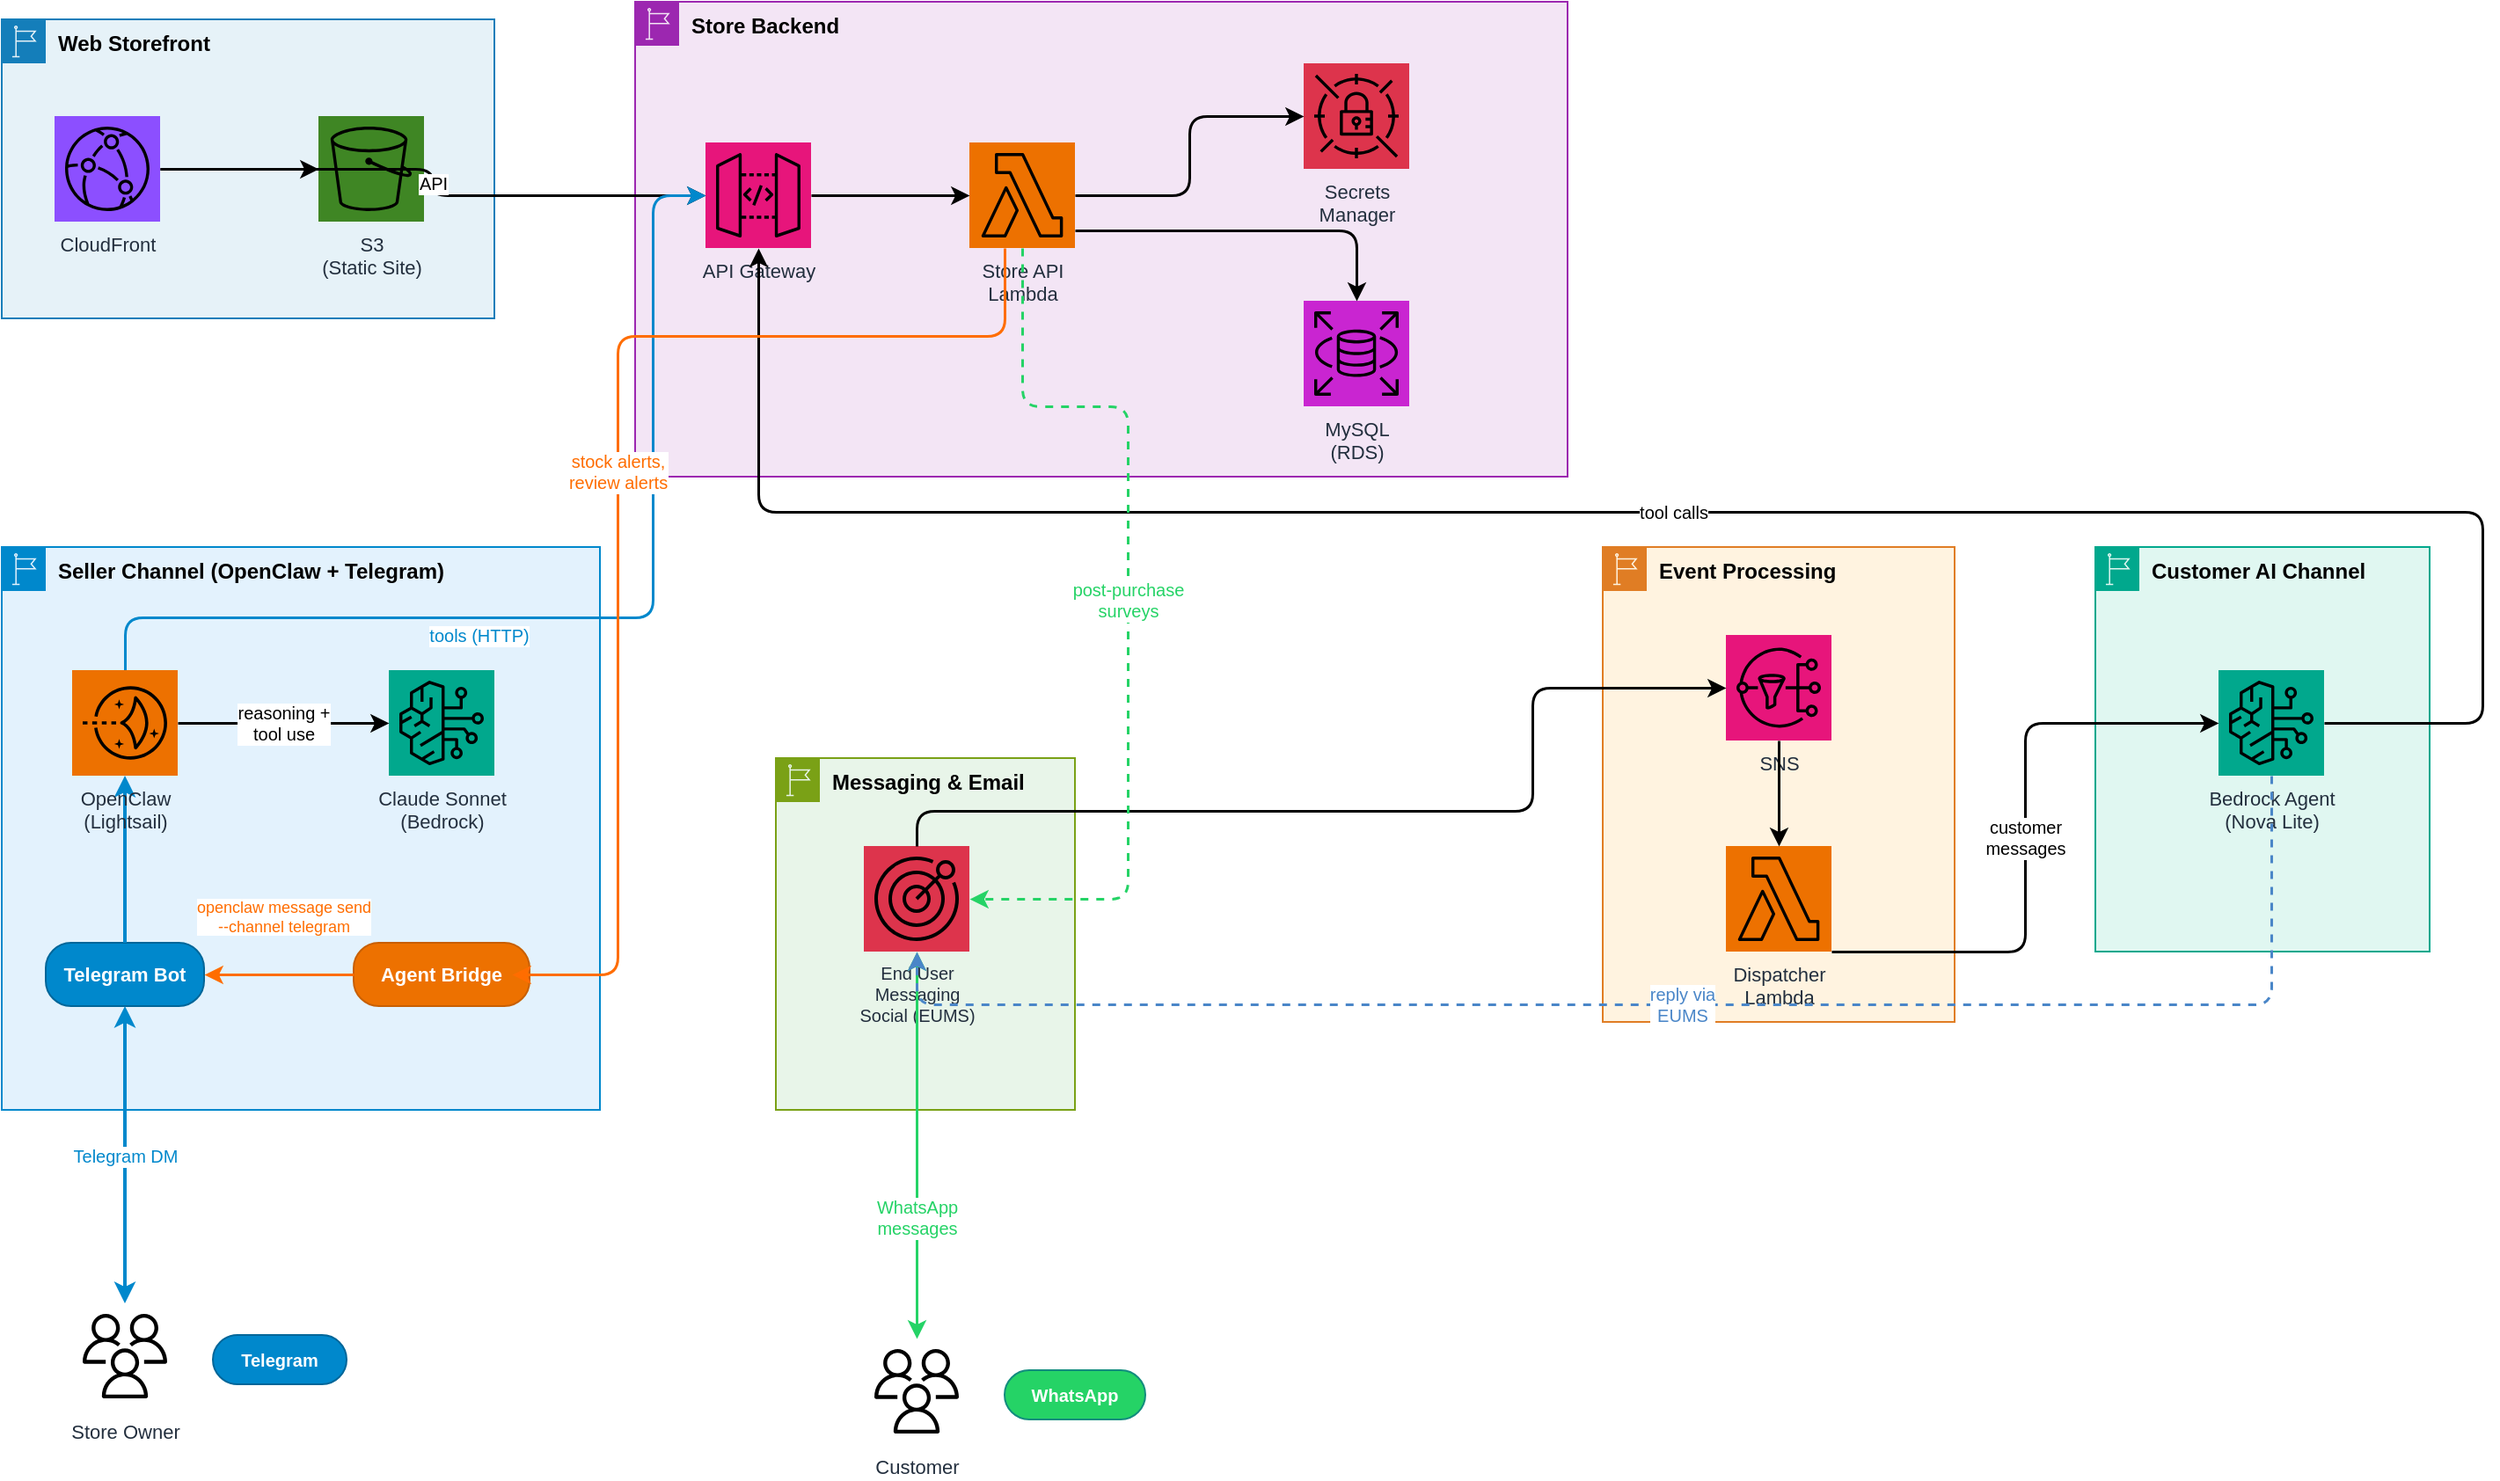
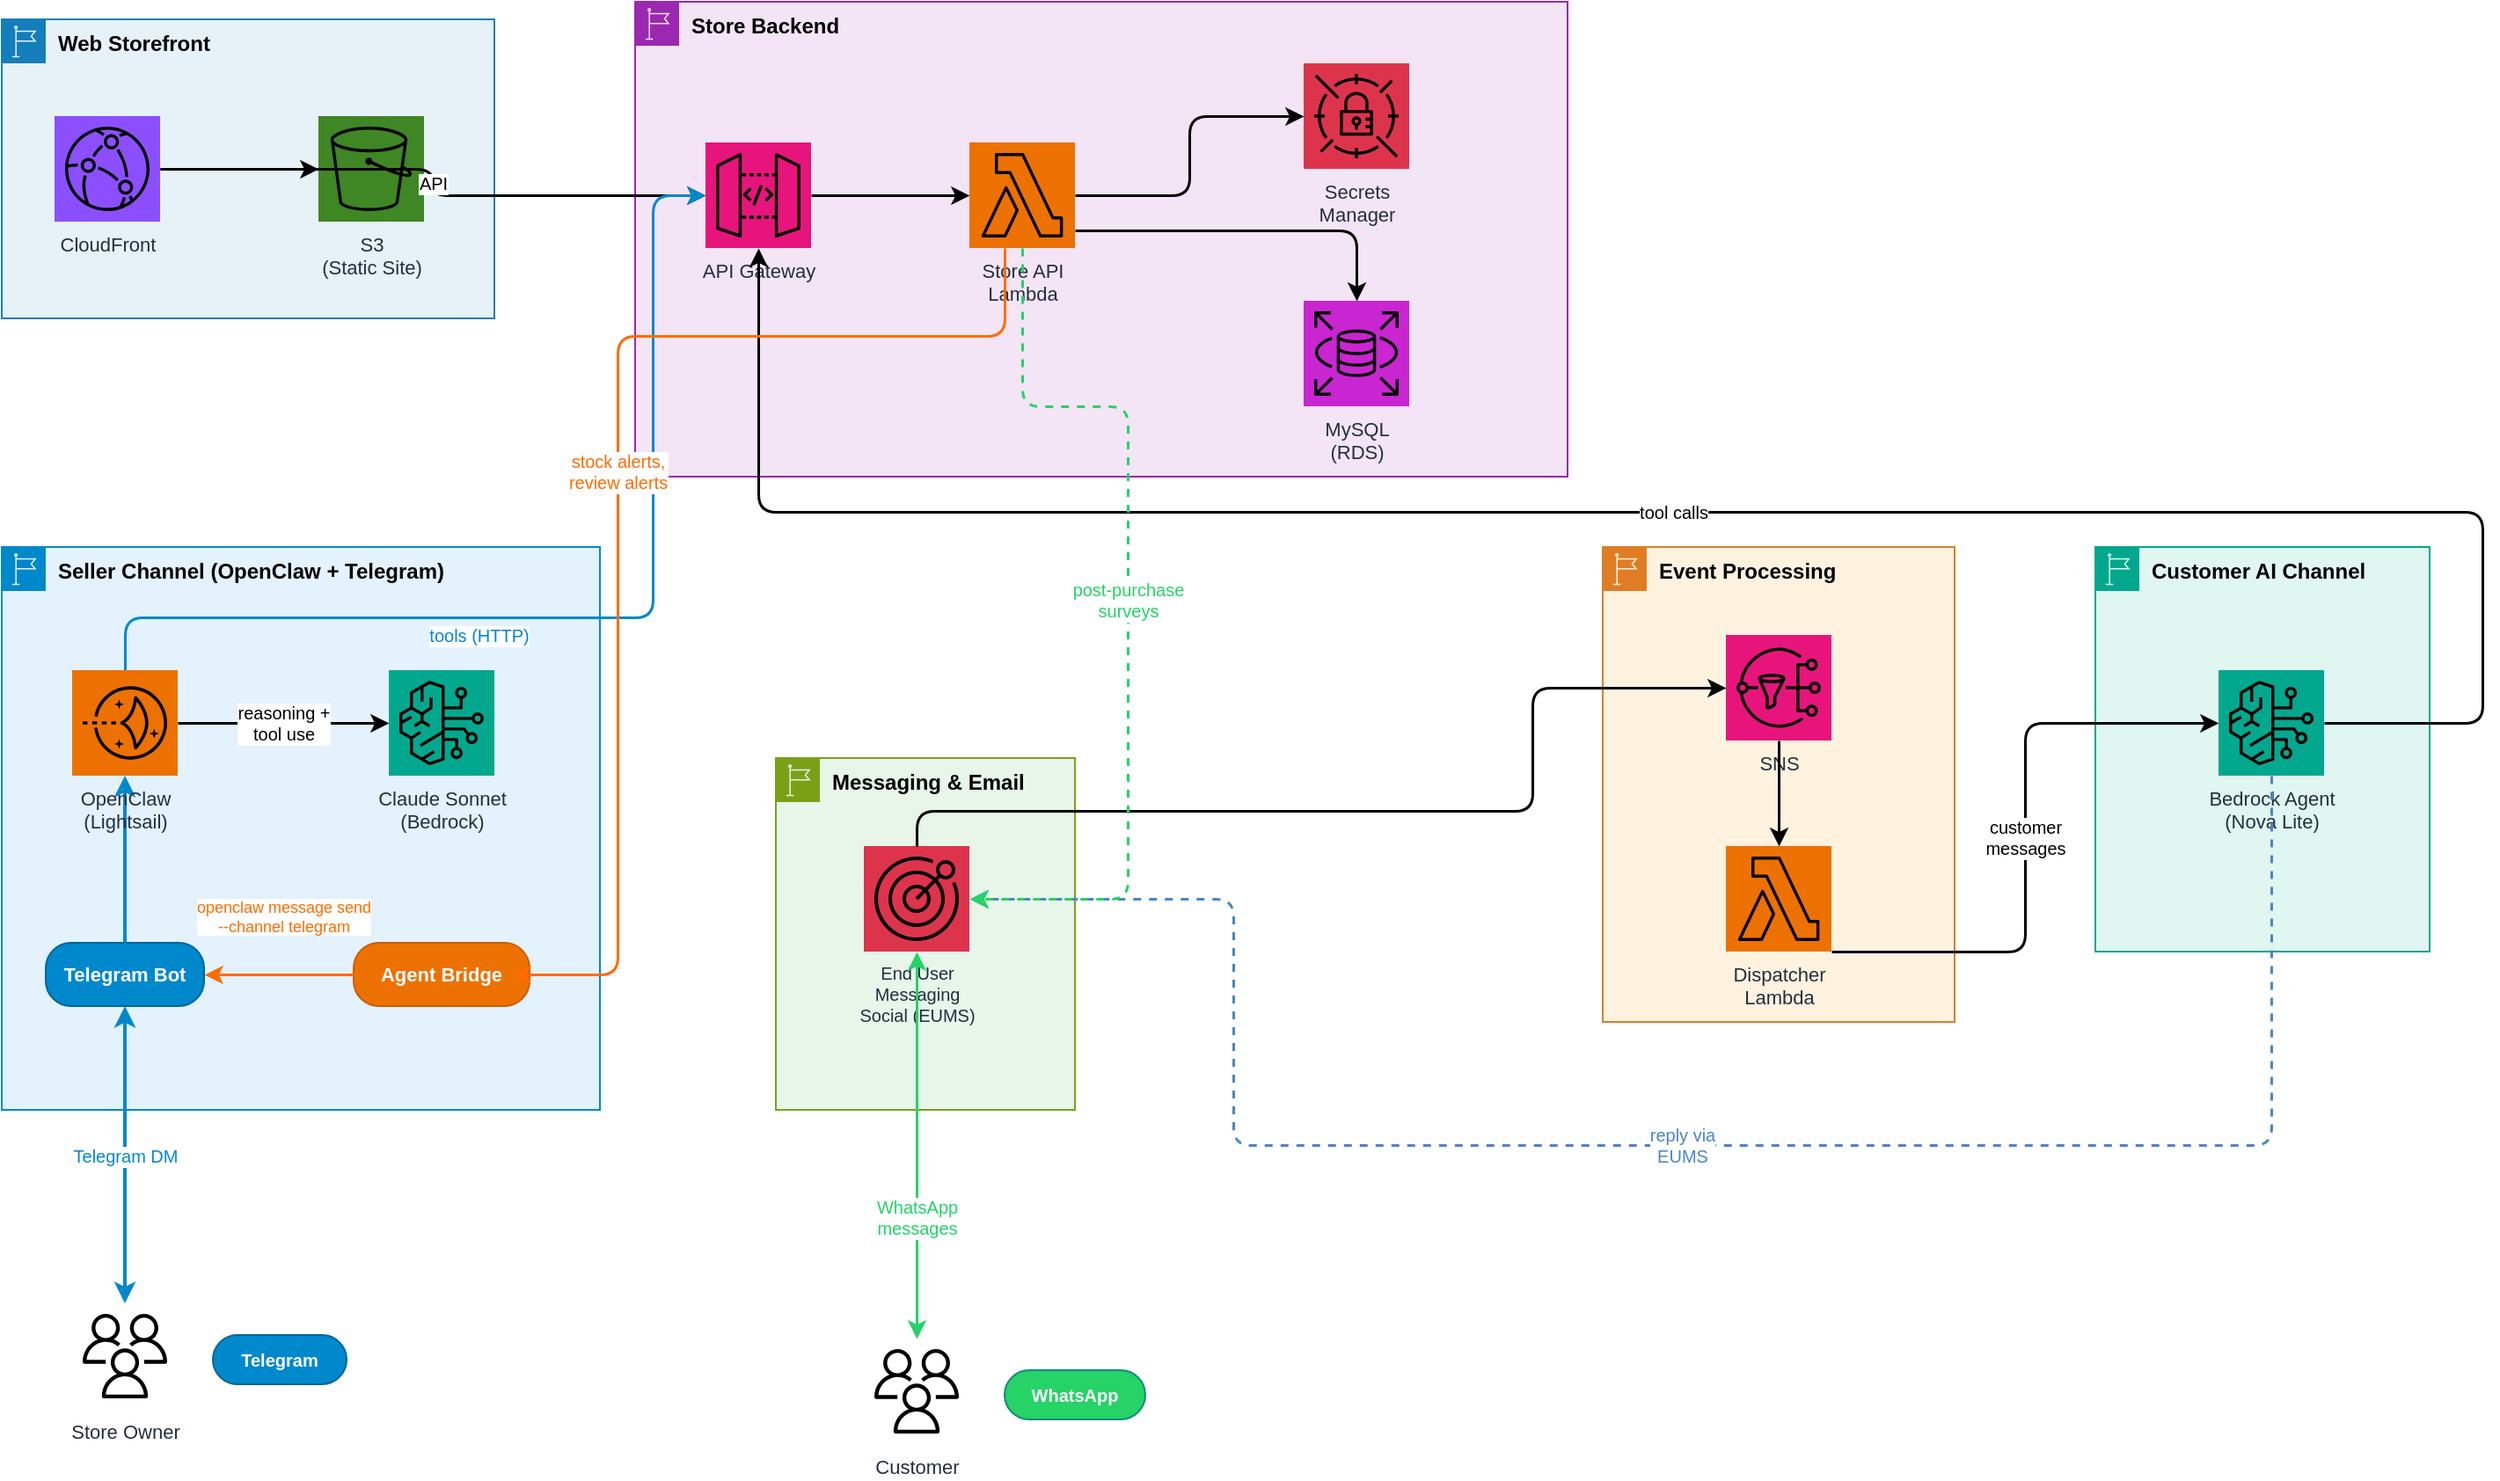
<mxfile host="Electron" agent="Mozilla/5.0 (Macintosh; Intel Mac OS X 10_15_7) AppleWebKit/537.36 (KHTML, like Gecko) draw.io/26.0.16 Chrome/132.0.6834.196 Electron/34.2.0 Safari/537.36" version="26.0.16">
  <diagram id="arch" name="Claw Boutique Architecture">
-     <mxGraphModel dx="1368" dy="991" grid="1" gridSize="10" guides="1" tooltips="1" connect="1" arrows="1" fold="1" page="1" pageScale="1" pageWidth="1600" pageHeight="1000" math="0" shadow="0">
+     <mxGraphModel dx="1912" dy="1139" grid="1" gridSize="10" guides="1" tooltips="1" connect="1" arrows="1" fold="1" page="1" pageScale="1" pageWidth="1600" pageHeight="1000" math="0" shadow="0">
      <root>
        <mxCell id="0" />
        <mxCell id="1" parent="0" />
        <mxCell id="g-web" value="Web Storefront" style="points=[[0,0],[0.25,0],[0.5,0],[0.75,0],[1,0],[1,0.25],[1,0.5],[1,0.75],[1,1],[0.75,1],[0.5,1],[0.25,1],[0,1],[0,0.75],[0,0.5],[0,0.25]];outlineConnect=0;gradientColor=none;html=1;whiteSpace=wrap;fontSize=12;fontStyle=1;shape=mxgraph.aws4.group;grIcon=mxgraph.aws4.group_region;strokeColor=#147EBA;fillColor=#E6F2F8;verticalAlign=top;align=left;spacingLeft=30;dashed=0;" parent="1" vertex="1">
          <mxGeometry x="20" y="30" width="280" height="170" as="geometry" />
        </mxCell>
        <mxCell id="cf" value="CloudFront" style="outlineConnect=0;fontColor=#232F3E;gradientColor=none;fillColor=#8C4FFF;strokeColor=none;dashed=0;verticalLabelPosition=bottom;verticalAlign=top;align=center;html=1;fontSize=11;fontStyle=0;aspect=fixed;pointerEvents=1;shape=mxgraph.aws4.resourceIcon;resIcon=mxgraph.aws4.cloudfront;" parent="1" vertex="1">
          <mxGeometry x="50" y="85" width="60" height="60" as="geometry" />
        </mxCell>
        <mxCell id="s3" value="S3&lt;br&gt;(Static Site)" style="outlineConnect=0;fontColor=#232F3E;gradientColor=none;fillColor=#3F8624;strokeColor=none;dashed=0;verticalLabelPosition=bottom;verticalAlign=top;align=center;html=1;fontSize=11;fontStyle=0;aspect=fixed;pointerEvents=1;shape=mxgraph.aws4.resourceIcon;resIcon=mxgraph.aws4.s3;" parent="1" vertex="1">
          <mxGeometry x="200" y="85" width="60" height="60" as="geometry" />
        </mxCell>
        <mxCell id="g-store" value="Store Backend" style="points=[[0,0],[0.25,0],[0.5,0],[0.75,0],[1,0],[1,0.25],[1,0.5],[1,0.75],[1,1],[0.75,1],[0.5,1],[0.25,1],[0,1],[0,0.75],[0,0.5],[0,0.25]];outlineConnect=0;gradientColor=none;html=1;whiteSpace=wrap;fontSize=12;fontStyle=1;shape=mxgraph.aws4.group;grIcon=mxgraph.aws4.group_region;strokeColor=#9C27B0;fillColor=#F3E5F5;verticalAlign=top;align=left;spacingLeft=30;dashed=0;" parent="1" vertex="1">
          <mxGeometry x="380" y="20" width="530" height="270" as="geometry" />
        </mxCell>
        <mxCell id="apigw" value="API Gateway" style="outlineConnect=0;fontColor=#232F3E;gradientColor=none;fillColor=#E7157B;strokeColor=none;dashed=0;verticalLabelPosition=bottom;verticalAlign=top;align=center;html=1;fontSize=11;fontStyle=0;aspect=fixed;pointerEvents=1;shape=mxgraph.aws4.resourceIcon;resIcon=mxgraph.aws4.api_gateway;" parent="1" vertex="1">
          <mxGeometry x="420" y="100" width="60" height="60" as="geometry" />
        </mxCell>
        <mxCell id="store-lambda" value="Store API&lt;br&gt;Lambda" style="outlineConnect=0;fontColor=#232F3E;gradientColor=none;fillColor=#ED7100;strokeColor=none;dashed=0;verticalLabelPosition=bottom;verticalAlign=top;align=center;html=1;fontSize=11;fontStyle=0;aspect=fixed;pointerEvents=1;shape=mxgraph.aws4.resourceIcon;resIcon=mxgraph.aws4.lambda;" parent="1" vertex="1">
          <mxGeometry x="570" y="100" width="60" height="60" as="geometry" />
        </mxCell>
        <mxCell id="secrets" value="Secrets&lt;br&gt;Manager" style="outlineConnect=0;fontColor=#232F3E;gradientColor=none;fillColor=#DD344C;strokeColor=none;dashed=0;verticalLabelPosition=bottom;verticalAlign=top;align=center;html=1;fontSize=11;fontStyle=0;aspect=fixed;pointerEvents=1;shape=mxgraph.aws4.resourceIcon;resIcon=mxgraph.aws4.secrets_manager;" parent="1" vertex="1">
          <mxGeometry x="760" y="55" width="60" height="60" as="geometry" />
        </mxCell>
        <mxCell id="db" value="MySQL&lt;br&gt;(RDS)" style="outlineConnect=0;fontColor=#232F3E;gradientColor=none;fillColor=#C925D1;strokeColor=none;dashed=0;verticalLabelPosition=bottom;verticalAlign=top;align=center;html=1;fontSize=11;fontStyle=0;aspect=fixed;pointerEvents=1;shape=mxgraph.aws4.resourceIcon;resIcon=mxgraph.aws4.rds;" parent="1" vertex="1">
          <mxGeometry x="760" y="190" width="60" height="60" as="geometry" />
        </mxCell>
        <mxCell id="g-seller" value="Seller Channel (OpenClaw + Telegram)" style="points=[[0,0],[0.25,0],[0.5,0],[0.75,0],[1,0],[1,0.25],[1,0.5],[1,0.75],[1,1],[0.75,1],[0.5,1],[0.25,1],[0,1],[0,0.75],[0,0.5],[0,0.25]];outlineConnect=0;gradientColor=none;html=1;whiteSpace=wrap;fontSize=12;fontStyle=1;shape=mxgraph.aws4.group;grIcon=mxgraph.aws4.group_region;strokeColor=#0088CC;fillColor=#E3F2FD;verticalAlign=top;align=left;spacingLeft=30;dashed=0;" parent="1" vertex="1">
          <mxGeometry x="20" y="330" width="340" height="320" as="geometry" />
        </mxCell>
        <mxCell id="bedrock-claude" value="Claude Sonnet&lt;br&gt;(Bedrock)" style="outlineConnect=0;fontColor=#232F3E;gradientColor=none;fillColor=#01A88D;strokeColor=none;dashed=0;verticalLabelPosition=bottom;verticalAlign=top;align=center;html=1;fontSize=11;fontStyle=0;aspect=fixed;pointerEvents=1;shape=mxgraph.aws4.resourceIcon;resIcon=mxgraph.aws4.bedrock;" parent="1" vertex="1">
          <mxGeometry x="240" y="400" width="60" height="60" as="geometry" />
        </mxCell>
        <mxCell id="telegram-bot" value="Telegram Bot" style="rounded=1;whiteSpace=wrap;html=1;fillColor=#0088CC;fontColor=#FFFFFF;strokeColor=#006699;fontSize=11;fontStyle=1;arcSize=40;" parent="1" vertex="1">
          <mxGeometry x="45" y="555" width="90" height="36" as="geometry" />
        </mxCell>
        <mxCell id="bridge" value="Agent Bridge" style="rounded=1;whiteSpace=wrap;html=1;fillColor=#ED7100;fontColor=#FFFFFF;strokeColor=#C85F00;fontSize=11;fontStyle=1;arcSize=40;" parent="1" vertex="1">
          <mxGeometry x="220" y="555" width="100" height="36" as="geometry" />
        </mxCell>
        <mxCell id="g-msg" value="Messaging &amp; Email" style="points=[[0,0],[0.25,0],[0.5,0],[0.75,0],[1,0],[1,0.25],[1,0.5],[1,0.75],[1,1],[0.75,1],[0.5,1],[0.25,1],[0,1],[0,0.75],[0,0.5],[0,0.25]];outlineConnect=0;gradientColor=none;html=1;whiteSpace=wrap;fontSize=12;fontStyle=1;shape=mxgraph.aws4.group;grIcon=mxgraph.aws4.group_region;strokeColor=#7AA116;fillColor=#E8F5E9;verticalAlign=top;align=left;spacingLeft=30;dashed=0;" parent="1" vertex="1">
          <mxGeometry x="460" y="450" width="170" height="200" as="geometry" />
        </mxCell>
        <mxCell id="eums" value="End User&lt;br&gt;Messaging&lt;br&gt;Social (EUMS)" style="outlineConnect=0;fontColor=#232F3E;gradientColor=none;fillColor=#DD344C;strokeColor=none;dashed=0;verticalLabelPosition=bottom;verticalAlign=top;align=center;html=1;fontSize=10;fontStyle=0;aspect=fixed;pointerEvents=1;shape=mxgraph.aws4.resourceIcon;resIcon=mxgraph.aws4.pinpoint;" parent="1" vertex="1">
          <mxGeometry x="510" y="500" width="60" height="60" as="geometry" />
        </mxCell>
        <mxCell id="g-evt" value="Event Processing" style="points=[[0,0],[0.25,0],[0.5,0],[0.75,0],[1,0],[1,0.25],[1,0.5],[1,0.75],[1,1],[0.75,1],[0.5,1],[0.25,1],[0,1],[0,0.75],[0,0.5],[0,0.25]];outlineConnect=0;gradientColor=none;html=1;whiteSpace=wrap;fontSize=12;fontStyle=1;shape=mxgraph.aws4.group;grIcon=mxgraph.aws4.group_region;strokeColor=#E07D24;fillColor=#FFF3E0;verticalAlign=top;align=left;spacingLeft=30;dashed=0;" parent="1" vertex="1">
          <mxGeometry x="930" y="330" width="200" height="270" as="geometry" />
        </mxCell>
        <mxCell id="sns" value="SNS" style="outlineConnect=0;fontColor=#232F3E;gradientColor=none;fillColor=#E7157B;strokeColor=none;dashed=0;verticalLabelPosition=bottom;verticalAlign=top;align=center;html=1;fontSize=11;fontStyle=0;aspect=fixed;pointerEvents=1;shape=mxgraph.aws4.resourceIcon;resIcon=mxgraph.aws4.sns;" parent="1" vertex="1">
          <mxGeometry x="1000" y="380" width="60" height="60" as="geometry" />
        </mxCell>
        <mxCell id="dispatcher" value="Dispatcher&lt;br&gt;Lambda" style="outlineConnect=0;fontColor=#232F3E;gradientColor=none;fillColor=#ED7100;strokeColor=none;dashed=0;verticalLabelPosition=bottom;verticalAlign=top;align=center;html=1;fontSize=11;fontStyle=0;aspect=fixed;pointerEvents=1;shape=mxgraph.aws4.resourceIcon;resIcon=mxgraph.aws4.lambda;" parent="1" vertex="1">
          <mxGeometry x="1000" y="500" width="60" height="60" as="geometry" />
        </mxCell>
        <mxCell id="g-ai" value="Customer AI Channel" style="points=[[0,0],[0.25,0],[0.5,0],[0.75,0],[1,0],[1,0.25],[1,0.5],[1,0.75],[1,1],[0.75,1],[0.5,1],[0.25,1],[0,1],[0,0.75],[0,0.5],[0,0.25]];outlineConnect=0;gradientColor=none;html=1;whiteSpace=wrap;fontSize=12;fontStyle=1;shape=mxgraph.aws4.group;grIcon=mxgraph.aws4.group_region;strokeColor=#01A88D;fillColor=#E0F7F1;verticalAlign=top;align=left;spacingLeft=30;dashed=0;" parent="1" vertex="1">
          <mxGeometry x="1210" y="330" width="190" height="230" as="geometry" />
        </mxCell>
        <mxCell id="bedrock-agent" value="Bedrock Agent&lt;br&gt;(Nova Lite)" style="outlineConnect=0;fontColor=#232F3E;gradientColor=none;fillColor=#01A88D;strokeColor=none;dashed=0;verticalLabelPosition=bottom;verticalAlign=top;align=center;html=1;fontSize=11;fontStyle=0;aspect=fixed;pointerEvents=1;shape=mxgraph.aws4.resourceIcon;resIcon=mxgraph.aws4.bedrock;" parent="1" vertex="1">
          <mxGeometry x="1280" y="400" width="60" height="60" as="geometry" />
        </mxCell>
        <mxCell id="customer" value="Customer" style="outlineConnect=0;fontColor=#232F3E;gradientColor=none;fillColor=none;strokeColor=none;dashed=0;verticalLabelPosition=bottom;verticalAlign=top;align=center;html=1;fontSize=11;fontStyle=0;aspect=fixed;pointerEvents=1;shape=mxgraph.aws4.resourceIcon;resIcon=mxgraph.aws4.users;" parent="1" vertex="1">
          <mxGeometry x="510" y="780" width="60" height="60" as="geometry" />
        </mxCell>
        <mxCell id="wa-badge" value="WhatsApp" style="rounded=1;whiteSpace=wrap;html=1;fillColor=#25D366;fontColor=#FFFFFF;strokeColor=#128C7E;fontSize=10;fontStyle=1;arcSize=50;" parent="1" vertex="1">
          <mxGeometry x="590" y="798" width="80" height="28" as="geometry" />
        </mxCell>
        <mxCell id="owner" value="Store Owner" style="outlineConnect=0;fontColor=#232F3E;gradientColor=none;fillColor=none;strokeColor=none;dashed=0;verticalLabelPosition=bottom;verticalAlign=top;align=center;html=1;fontSize=11;fontStyle=0;aspect=fixed;pointerEvents=1;shape=mxgraph.aws4.resourceIcon;resIcon=mxgraph.aws4.users;" parent="1" vertex="1">
          <mxGeometry x="60" y="760" width="60" height="60" as="geometry" />
        </mxCell>
        <mxCell id="tg-badge" value="Telegram" style="rounded=1;whiteSpace=wrap;html=1;fillColor=#0088CC;fontColor=#FFFFFF;strokeColor=#006699;fontSize=10;fontStyle=1;arcSize=50;" parent="1" vertex="1">
          <mxGeometry x="140" y="778" width="76" height="28" as="geometry" />
        </mxCell>
        <mxCell id="e-cf-s3" value="" style="edgeStyle=orthogonalEdgeStyle;rounded=1;orthogonalLoop=1;jettySize=auto;html=1;strokeWidth=1.5;" parent="1" source="cf" target="s3" edge="1">
          <mxGeometry relative="1" as="geometry" />
        </mxCell>
        <mxCell id="e-cf-apigw" value="API" style="edgeStyle=orthogonalEdgeStyle;rounded=1;orthogonalLoop=1;jettySize=auto;html=1;strokeWidth=1.5;fontSize=10;" parent="1" source="cf" target="apigw" edge="1">
          <mxGeometry relative="1" as="geometry">
            <mxPoint as="offset" />
          </mxGeometry>
        </mxCell>
        <mxCell id="e-apigw-lambda" value="" style="edgeStyle=orthogonalEdgeStyle;rounded=1;orthogonalLoop=1;jettySize=auto;html=1;strokeWidth=1.5;" parent="1" source="apigw" target="store-lambda" edge="1">
          <mxGeometry relative="1" as="geometry" />
        </mxCell>
        <mxCell id="e-lambda-db" value="" style="edgeStyle=orthogonalEdgeStyle;rounded=1;orthogonalLoop=1;jettySize=auto;html=1;strokeWidth=1.5;" parent="1" source="store-lambda" target="db" edge="1">
          <mxGeometry relative="1" as="geometry">
            <Array as="points">
              <mxPoint x="790" y="150" />
            </Array>
          </mxGeometry>
        </mxCell>
        <mxCell id="e-lambda-secrets" value="" style="edgeStyle=orthogonalEdgeStyle;rounded=1;orthogonalLoop=1;jettySize=auto;html=1;strokeWidth=1.5;" parent="1" source="store-lambda" target="secrets" edge="1">
          <mxGeometry relative="1" as="geometry" />
        </mxCell>
        <mxCell id="e-cust-eums" value="WhatsApp&lt;br&gt;messages" style="edgeStyle=orthogonalEdgeStyle;rounded=1;orthogonalLoop=1;jettySize=auto;html=1;strokeWidth=1.5;fontSize=10;strokeColor=#25D366;fontColor=#25D366;startArrow=classic;startFill=1;" parent="1" source="customer" target="eums" edge="1">
          <mxGeometry x="-0.3636" relative="1" as="geometry">
            <mxPoint y="1" as="offset" />
          </mxGeometry>
        </mxCell>
        <mxCell id="e-eums-sns" value="" style="edgeStyle=orthogonalEdgeStyle;rounded=1;orthogonalLoop=1;jettySize=auto;html=1;strokeWidth=1.5;" parent="1" source="eums" target="sns" edge="1">
          <mxGeometry relative="1" as="geometry">
            <Array as="points">
              <mxPoint x="540" y="480" />
              <mxPoint x="890" y="480" />
              <mxPoint x="890" y="410" />
            </Array>
          </mxGeometry>
        </mxCell>
        <mxCell id="e-sns-dispatch" value="" style="edgeStyle=orthogonalEdgeStyle;rounded=1;orthogonalLoop=1;jettySize=auto;html=1;strokeWidth=1.5;" parent="1" source="sns" target="dispatcher" edge="1">
          <mxGeometry relative="1" as="geometry" />
        </mxCell>
        <mxCell id="e-dispatch-agent" value="customer&lt;br&gt;messages" style="edgeStyle=orthogonalEdgeStyle;rounded=1;orthogonalLoop=1;jettySize=auto;html=1;strokeWidth=1.5;fontSize=10;" parent="1" source="dispatcher" target="bedrock-agent" edge="1">
          <mxGeometry relative="1" as="geometry">
            <Array as="points">
              <mxPoint x="1030" y="560" />
              <mxPoint x="1170" y="560" />
              <mxPoint x="1170" y="430" />
            </Array>
          </mxGeometry>
        </mxCell>
        <mxCell id="e-agent-eums" value="reply via&lt;br&gt;EUMS" style="edgeStyle=orthogonalEdgeStyle;rounded=1;orthogonalLoop=1;jettySize=auto;html=1;dashed=1;strokeColor=#4a86c8;strokeWidth=1.5;fontSize=10;fontColor=#4a86c8;" parent="1" source="bedrock-agent" target="eums" edge="1">
          <mxGeometry relative="1" as="geometry">
            <Array as="points">
-               <mxPoint x="1310" y="590" />
-               <mxPoint x="540" y="590" />
+               <mxPoint x="1310" y="670" />
+               <mxPoint x="720" y="670" />
+               <mxPoint x="720" y="530" />
            </Array>
          </mxGeometry>
        </mxCell>
        <mxCell id="e-agent-api" value="tool calls" style="edgeStyle=orthogonalEdgeStyle;rounded=1;orthogonalLoop=1;jettySize=auto;html=1;strokeWidth=1.5;fontSize=10;" parent="1" source="bedrock-agent" target="apigw" edge="1">
          <mxGeometry relative="1" as="geometry">
            <Array as="points">
              <mxPoint x="1430" y="430" />
              <mxPoint x="1430" y="310" />
              <mxPoint x="450" y="310" />
            </Array>
          </mxGeometry>
        </mxCell>
        <mxCell id="e-lambda-eums" value="post-purchase&lt;br&gt;surveys" style="edgeStyle=orthogonalEdgeStyle;rounded=1;orthogonalLoop=1;jettySize=auto;html=1;dashed=1;strokeColor=#25D366;strokeWidth=1.5;fontSize=10;fontColor=#25D366;" parent="1" source="store-lambda" target="eums" edge="1">
          <mxGeometry relative="1" as="geometry">
            <Array as="points">
              <mxPoint x="600" y="250" />
              <mxPoint x="660" y="250" />
              <mxPoint x="660" y="530" />
            </Array>
          </mxGeometry>
        </mxCell>
        <mxCell id="e-owner-tg" value="Telegram DM" style="edgeStyle=orthogonalEdgeStyle;rounded=1;orthogonalLoop=1;jettySize=auto;html=1;strokeWidth=2;fontSize=10;strokeColor=#0088CC;fontColor=#0088CC;startArrow=classic;startFill=1;" parent="1" source="owner" target="telegram-bot" edge="1">
          <mxGeometry relative="1" as="geometry" />
        </mxCell>
        <mxCell id="e-tg-oc" value="" style="edgeStyle=orthogonalEdgeStyle;rounded=1;orthogonalLoop=1;jettySize=auto;html=1;strokeWidth=2;strokeColor=#0088CC;" parent="1" source="telegram-bot" target="openclaw" edge="1">
          <mxGeometry relative="1" as="geometry" />
        </mxCell>
        <mxCell id="e-oc-claude" value="reasoning +&lt;br&gt;tool use" style="edgeStyle=orthogonalEdgeStyle;rounded=1;orthogonalLoop=1;jettySize=auto;html=1;strokeWidth=1.5;fontSize=10;" parent="1" source="openclaw" target="bedrock-claude" edge="1">
          <mxGeometry relative="1" as="geometry" />
        </mxCell>
        <mxCell id="e-oc-api" value="tools (HTTP)" style="edgeStyle=orthogonalEdgeStyle;rounded=1;orthogonalLoop=1;jettySize=auto;html=1;strokeWidth=1.5;fontSize=10;strokeColor=#0088CC;fontColor=#0088CC;" parent="1" source="openclaw" target="apigw" edge="1">
          <mxGeometry x="-0.2335" y="-10" relative="1" as="geometry">
            <Array as="points">
              <mxPoint x="90" y="370" />
              <mxPoint x="390" y="370" />
              <mxPoint x="390" y="130" />
            </Array>
            <mxPoint x="1" as="offset" />
          </mxGeometry>
        </mxCell>
        <mxCell id="e-lambda-bridge" value="stock alerts,&lt;br&gt;review alerts" style="edgeStyle=orthogonalEdgeStyle;rounded=1;orthogonalLoop=1;jettySize=auto;html=1;strokeWidth=1.5;fontSize=10;strokeColor=#FF6D00;fontColor=#FF6D00;" parent="1" edge="1">
          <mxGeometry relative="1" as="geometry">
            <Array as="points">
              <mxPoint x="590" y="210" />
              <mxPoint x="370" y="210" />
              <mxPoint x="370" y="573" />
            </Array>
            <mxPoint x="590" y="160" as="sourcePoint" />
            <mxPoint x="310" y="572.9999999999998" as="targetPoint" />
          </mxGeometry>
        </mxCell>
        <mxCell id="e-bridge-tg" value="openclaw message send&lt;br&gt;--channel telegram" style="edgeStyle=orthogonalEdgeStyle;rounded=1;orthogonalLoop=1;jettySize=auto;html=1;strokeWidth=1.5;fontSize=9;strokeColor=#FF6D00;fontColor=#FF6D00;" parent="1" source="bridge" target="telegram-bot" edge="1">
          <mxGeometry x="-0.0588" y="-33" relative="1" as="geometry">
            <mxPoint as="offset" />
          </mxGeometry>
        </mxCell>
        <mxCell id="openclaw" value="OpenClaw&lt;br&gt;(Lightsail)" style="outlineConnect=0;fontColor=#232F3E;gradientColor=none;fillColor=#ED7100;strokeColor=none;dashed=0;verticalLabelPosition=bottom;verticalAlign=top;align=center;html=1;fontSize=11;fontStyle=0;aspect=fixed;pointerEvents=1;shape=mxgraph.aws4.resourceIcon;resIcon=mxgraph.aws4.lightsail;" parent="1" vertex="1">
          <mxGeometry x="60" y="400" width="60" height="60" as="geometry" />
        </mxCell>
      </root>
    </mxGraphModel>
  </diagram>
</mxfile>
